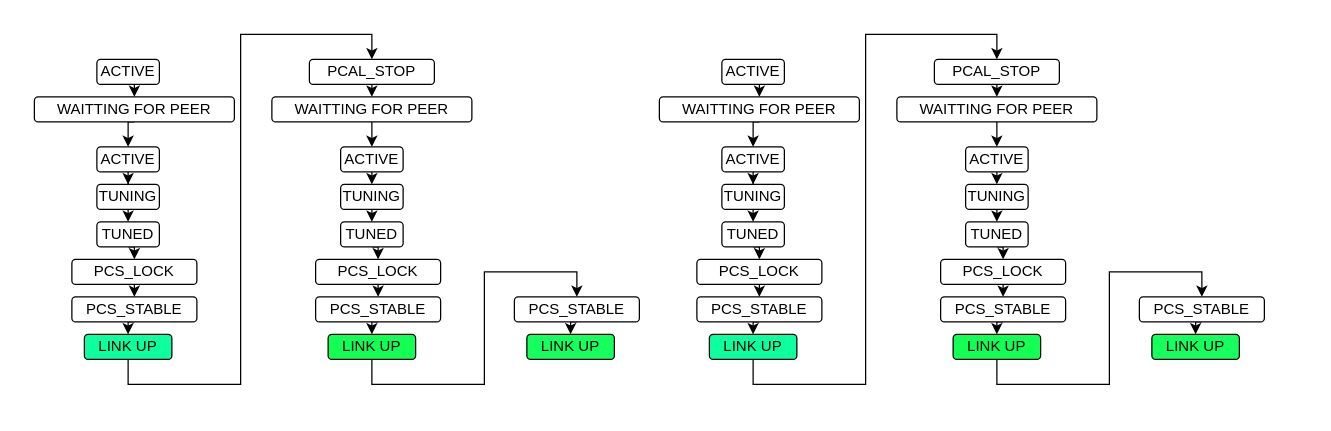
Above: Optics_init_state_transition_history.drawio in kongzhongfeima/draw_io (draw.io), before the change. Source tidied: cells renumbered, new cells numbered last; positions are measured from the earlier drawing's top-left corner, leaving out a move shared by most shapes. Both pictures are drawn from the tidied source at 125%, with x=0, y=0 at pixel (34, 59).
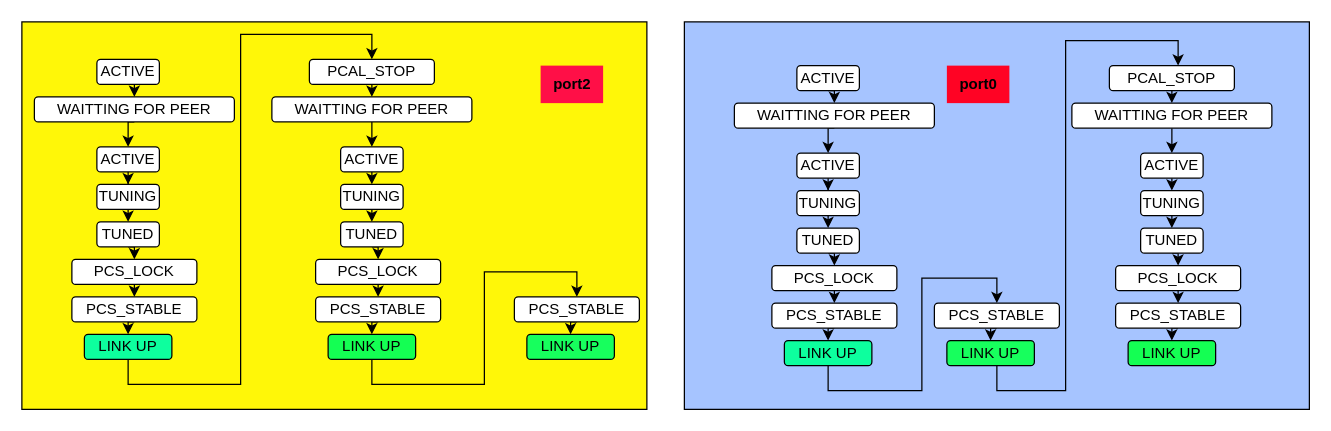
The same page after the edit.

Change to the diagram source:
```diff
@@
+    <mxCell id="72" style="whiteSpace=wrap;html=1;fillColor=#A6C4FF;" parent="1" vertex="1">
+      <mxGeometry x="520" y="-30" width="500" height="310" as="geometry" />
+    </mxCell>
+    <mxCell id="73" style="whiteSpace=wrap;html=1;fillColor=#FFF708;" parent="1" vertex="1">
+      <mxGeometry x="-10" y="-30" width="500" height="310" as="geometry" />
+    </mxCell>
@@
     <mxCell id="38" value="ACTIVE" style="rounded=1;whiteSpace=wrap;html=1;" parent="1" vertex="1">
-      <mxGeometry x="550" width="50" height="20" as="geometry" />
+      <mxGeometry x="610" y="5" width="50" height="20" as="geometry" />
     </mxCell>
@@
     <mxCell id="40" value="WAITTING FOR PEER" style="rounded=1;whiteSpace=wrap;html=1;" parent="1" vertex="1">
-      <mxGeometry x="500" y="30" width="160" height="20" as="geometry" />
+      <mxGeometry x="560" y="35" width="160" height="20" as="geometry" />
     </mxCell>
@@
     <mxCell id="42" value="ACTIVE" style="rounded=1;whiteSpace=wrap;html=1;" parent="1" vertex="1">
-      <mxGeometry x="550" y="70" width="50" height="20" as="geometry" />
+      <mxGeometry x="610" y="75" width="50" height="20" as="geometry" />
     </mxCell>
@@
     <mxCell id="44" value="TUNING" style="rounded=1;whiteSpace=wrap;html=1;" parent="1" vertex="1">
-      <mxGeometry x="550" y="100" width="50" height="20" as="geometry" />
+      <mxGeometry x="610" y="105" width="50" height="20" as="geometry" />
     </mxCell>
@@
     <mxCell id="46" value="TUNED" style="rounded=1;whiteSpace=wrap;html=1;" parent="1" vertex="1">
-      <mxGeometry x="550" y="130" width="50" height="20" as="geometry" />
+      <mxGeometry x="610" y="135" width="50" height="20" as="geometry" />
     </mxCell>
@@
     <mxCell id="48" value="PCS_LOCK" style="rounded=1;whiteSpace=wrap;html=1;" parent="1" vertex="1">
-      <mxGeometry x="530" y="160" width="100" height="20" as="geometry" />
+      <mxGeometry x="590" y="165" width="100" height="20" as="geometry" />
     </mxCell>
@@
     <mxCell id="50" value="PCS_STABLE" style="rounded=1;whiteSpace=wrap;html=1;" parent="1" vertex="1">
-      <mxGeometry x="530" y="190" width="100" height="20" as="geometry" />
+      <mxGeometry x="590" y="195" width="100" height="20" as="geometry" />
     </mxCell>
-    <mxCell id="51" style="edgeStyle=orthogonalEdgeStyle;rounded=0;jettySize=auto;html=1;exitX=0.5;exitY=1;exitDx=0;exitDy=0;entryX=0.5;entryY=0;entryDx=0;entryDy=0;" parent="1" edge="1" source="52" target="54">
-      <mxGeometry relative="1" as="geometry" />
-    </mxCell>
+    <mxCell id="74" style="edgeStyle=orthogonalEdgeStyle;rounded=0;jettySize=auto;html=1;exitX=0.5;exitY=1;exitDx=0;exitDy=0;entryX=0.5;entryY=0;entryDx=0;entryDy=0;" parent="1" edge="1" source="52" target="70">
+      <mxGeometry relative="1" as="geometry">
+        <Array as="points">
+          <mxPoint x="635" y="265" />
+          <mxPoint x="710" y="265" />
+          <mxPoint x="710" y="175" />
+          <mxPoint x="770" y="175" />
+        </Array>
+      </mxGeometry>
+    </mxCell>
     <mxCell id="52" value="LINK UP" style="rounded=1;whiteSpace=wrap;html=1;fillColor=#0DFF9E;" parent="1" vertex="1">
-      <mxGeometry x="540" y="220" width="70" height="20" as="geometry" />
+      <mxGeometry x="600" y="225" width="70" height="20" as="geometry" />
     </mxCell>
@@
     <mxCell id="54" value="PCAL_STOP" style="rounded=1;whiteSpace=wrap;html=1;" parent="1" vertex="1">
-      <mxGeometry x="720" width="100" height="20" as="geometry" />
+      <mxGeometry x="860" y="5" width="100" height="20" as="geometry" />
     </mxCell>
@@
     <mxCell id="56" value="WAITTING FOR PEER" style="rounded=1;whiteSpace=wrap;html=1;" parent="1" vertex="1">
-      <mxGeometry x="690" y="30" width="160" height="20" as="geometry" />
+      <mxGeometry x="830" y="35" width="160" height="20" as="geometry" />
     </mxCell>
@@
     <mxCell id="58" value="ACTIVE" style="rounded=1;whiteSpace=wrap;html=1;" parent="1" vertex="1">
-      <mxGeometry x="745" y="70" width="50" height="20" as="geometry" />
+      <mxGeometry x="885" y="75" width="50" height="20" as="geometry" />
     </mxCell>
@@
     <mxCell id="60" value="TUNING" style="rounded=1;whiteSpace=wrap;html=1;" parent="1" vertex="1">
-      <mxGeometry x="745" y="100" width="50" height="20" as="geometry" />
+      <mxGeometry x="885" y="105" width="50" height="20" as="geometry" />
     </mxCell>
@@
     <mxCell id="62" value="TUNED" style="rounded=1;whiteSpace=wrap;html=1;" parent="1" vertex="1">
-      <mxGeometry x="745" y="130" width="50" height="20" as="geometry" />
+      <mxGeometry x="885" y="135" width="50" height="20" as="geometry" />
     </mxCell>
@@
     <mxCell id="64" value="PCS_LOCK" style="rounded=1;whiteSpace=wrap;html=1;" parent="1" vertex="1">
-      <mxGeometry x="725" y="160" width="100" height="20" as="geometry" />
+      <mxGeometry x="865" y="165" width="100" height="20" as="geometry" />
     </mxCell>
@@
     <mxCell id="66" value="PCS_STABLE" style="rounded=1;whiteSpace=wrap;html=1;" parent="1" vertex="1">
-      <mxGeometry x="725" y="190" width="100" height="20" as="geometry" />
+      <mxGeometry x="865" y="195" width="100" height="20" as="geometry" />
     </mxCell>
-    <mxCell id="67" style="edgeStyle=orthogonalEdgeStyle;rounded=0;jettySize=auto;html=1;exitX=0.5;exitY=1;exitDx=0;exitDy=0;entryX=0.5;entryY=0;entryDx=0;entryDy=0;" parent="1" edge="1" source="68" target="70">
-      <mxGeometry relative="1" as="geometry">
-        <Array as="points">
-          <mxPoint x="770" y="260" />
-          <mxPoint x="860" y="260" />
-          <mxPoint x="860" y="170" />
-          <mxPoint x="934" y="170" />
-        </Array>
-      </mxGeometry>
-    </mxCell>
     <mxCell id="68" value="LINK UP" style="rounded=1;whiteSpace=wrap;html=1;fillColor=#14FF53;" parent="1" vertex="1">
-      <mxGeometry x="735" y="220" width="70" height="20" as="geometry" />
+      <mxGeometry x="875" y="225" width="70" height="20" as="geometry" />
     </mxCell>
@@
     <mxCell id="70" value="PCS_STABLE" style="rounded=1;whiteSpace=wrap;html=1;" parent="1" vertex="1">
-      <mxGeometry x="884" y="190" width="100" height="20" as="geometry" />
+      <mxGeometry x="720" y="195" width="100" height="20" as="geometry" />
     </mxCell>
+    <mxCell id="75" style="edgeStyle=orthogonalEdgeStyle;rounded=0;orthogonalLoop=1;jettySize=auto;html=1;exitX=0.5;exitY=1;exitDx=0;exitDy=0;entryX=0.5;entryY=0;entryDx=0;entryDy=0;" parent="1" edge="1">
+      <mxGeometry relative="1" as="geometry">
+        <mxPoint x="770" y="245" as="sourcePoint" />
+        <mxPoint x="915" y="5" as="targetPoint" />
+        <Array as="points">
+          <mxPoint x="770" y="265" />
+          <mxPoint x="825" y="265" />
+          <mxPoint x="825" y="-15" />
+          <mxPoint x="915" y="-15" />
+        </Array>
+      </mxGeometry>
+    </mxCell>
     <mxCell id="71" value="LINK UP" style="rounded=1;whiteSpace=wrap;html=1;fillColor=#17FF5D;" parent="1" vertex="1">
-      <mxGeometry x="894" y="220" width="70" height="20" as="geometry" />
+      <mxGeometry x="730" y="225" width="70" height="20" as="geometry" />
     </mxCell>
+    <mxCell id="76" value="port2" style="text;html=1;align=center;verticalAlign=middle;strokeColor=none;fillColor=#FF0F47;fontStyle=1;" parent="1" vertex="1">
+      <mxGeometry x="405" y="5" width="50" height="30" as="geometry" />
+    </mxCell>
+    <mxCell id="77" value="port0" style="text;html=1;align=center;verticalAlign=middle;strokeColor=none;fillColor=#FF0324;fontStyle=1;" parent="1" vertex="1">
+      <mxGeometry x="730" y="5" width="50" height="30" as="geometry" />
+    </mxCell>
```
